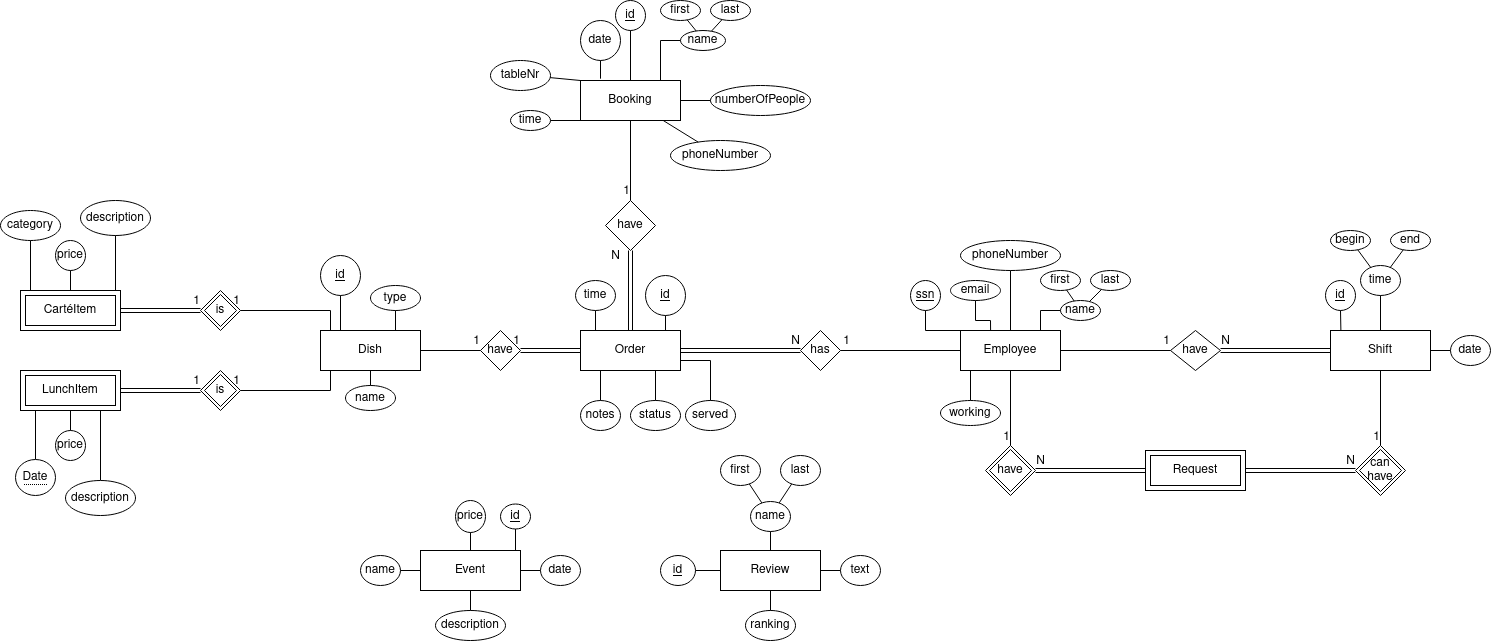
Before: src/main/resources/images/antons-skafferi.drawio.png, a diagram exported from draw.io (Deadlica/antons-skafferi-db). Source tidied: cells renumbered, new cells last; positions are measured from the earlier drawing's top-left corner, leaving out a move shared by most shapes.
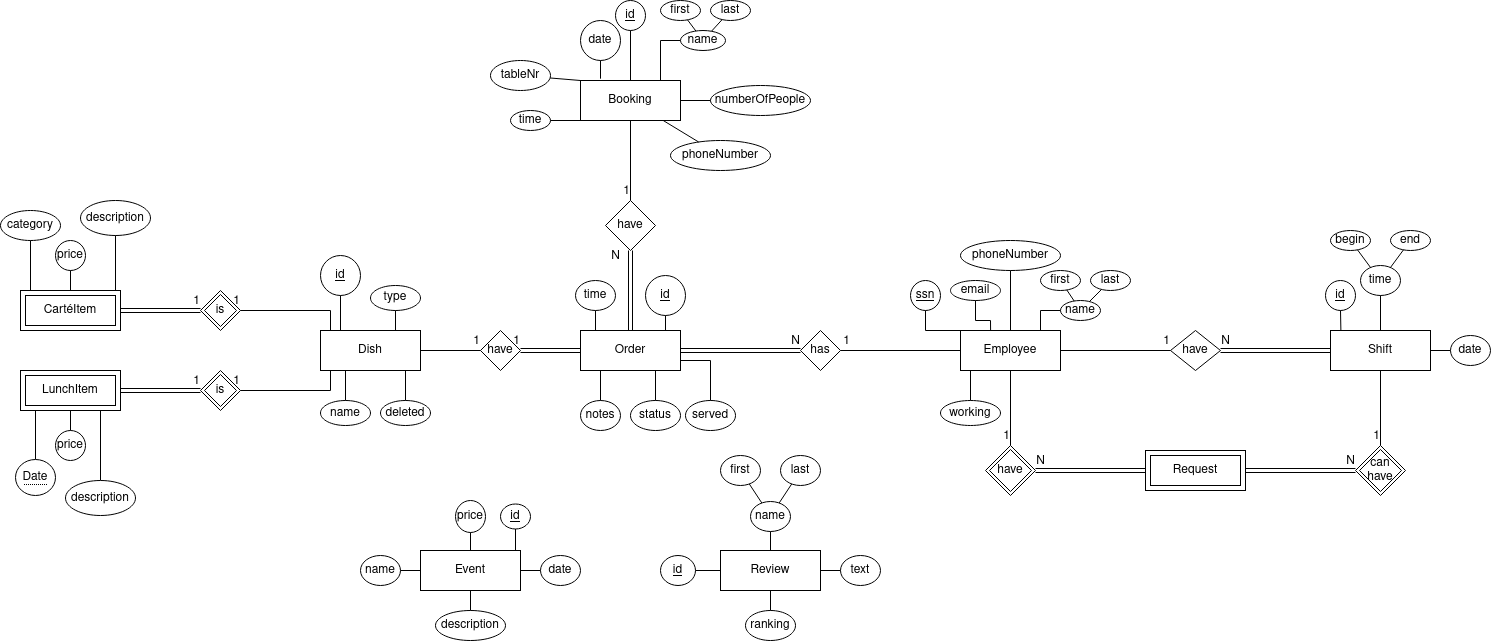
After the change.

The edit, as a diff of the source:
```diff
@@ -261,9 +261,9 @@
       <mxGeometry x="320" y="330" width="100" height="40" as="geometry" />
     </mxCell>
     <mxCell id="77" value="name" style="ellipse;whiteSpace=wrap;html=1;align=center;" parent="1" vertex="1">
-      <mxGeometry x="345" y="385" width="50" height="25" as="geometry" />
+      <mxGeometry x="320" y="400" width="50" height="25" as="geometry" />
     </mxCell>
-    <mxCell id="78" style="endArrow=none;html=1;rounded=0;entryX=0.5;entryY=1;entryDx=0;entryDy=0;" parent="1" edge="1" source="77" target="76">
+    <mxCell id="78" style="endArrow=none;html=1;rounded=0;entryX=0.25;entryY=1;entryDx=0;entryDy=0;" parent="1" edge="1" source="77" target="76">
       <mxGeometry relative="1" as="geometry" />
     </mxCell>
     <mxCell id="79" value="id" style="ellipse;whiteSpace=wrap;html=1;align=center;fontStyle=4;" parent="1" vertex="1">
@@ -465,5 +465,11 @@
     <mxCell id="143" style="endArrow=none;html=1;rounded=0;entryX=0.1;entryY=1;entryDx=0;entryDy=0;entryPerimeter=0;" parent="1" edge="1" source="142" target="2">
       <mxGeometry relative="1" as="geometry" />
     </mxCell>
+    <mxCell id="144" value="deleted" style="ellipse;whiteSpace=wrap;html=1;align=center;" parent="1" vertex="1">
+      <mxGeometry x="380" y="400" width="50" height="25" as="geometry" />
+    </mxCell>
+    <mxCell id="145" style="endArrow=none;html=1;rounded=0;entryX=0.85;entryY=1;entryDx=0;entryDy=0;entryPerimeter=0;" parent="1" edge="1" source="144" target="76">
+      <mxGeometry relative="1" as="geometry" />
+    </mxCell>
   </root>
 </mxGraphModel>
```
